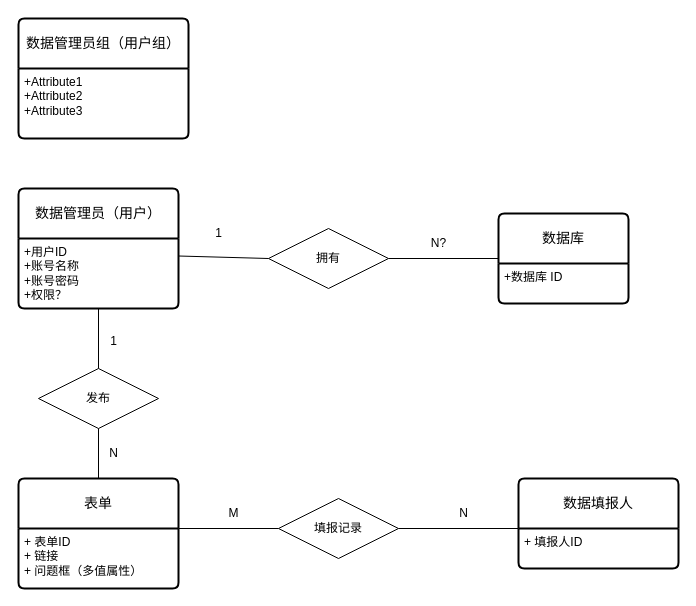
The draw.io diagram 软工课设.drawio in Iaiolk/VerilogCDE, before the edit. Source tidied: cells renumbered, new cells numbered last; positions are measured from the earlier drawing's top-left corner, leaving out a move shared by most shapes. Both pictures are drawn from the tidied source at 100%, with x=0, y=0 at pixel (18, 18).
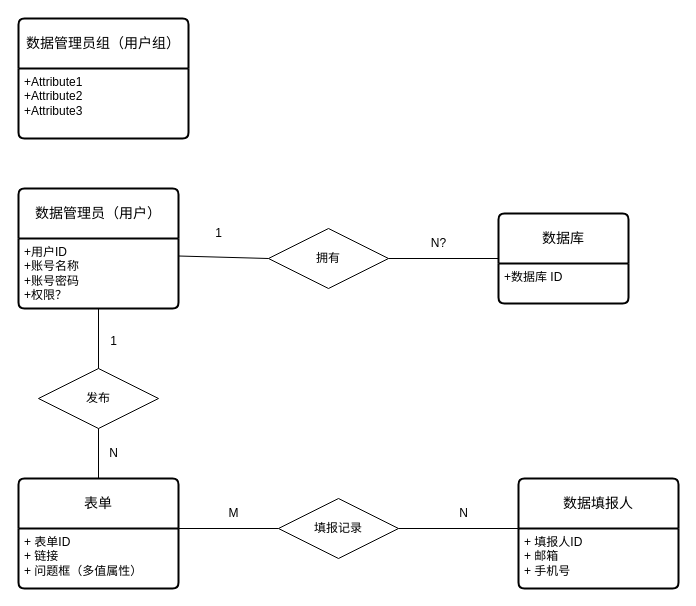
The same page after the edit.

Commit message (it also covers changes not shown here):
更新软工课设.drawio

The edit, as a diff of the source:
```diff
@@
     <mxCell id="4" value="数据填报人" style="swimlane;horizontal=1;startSize=50;rounded=1;fontSize=14;fontStyle=0;strokeWidth=2;shadow=0;dashed=0;align=center;arcSize=4;whiteSpace=wrap;html=1;" parent="1" vertex="1">
-      <mxGeometry x="500" y="460" width="160" height="90" as="geometry" />
+      <mxGeometry x="500" y="460" width="160" height="110" as="geometry" />
     </mxCell>
-    <mxCell id="5" value="+ 填报人ID" style="align=left;strokeColor=none;fillColor=none;spacingLeft=4;fontSize=12;verticalAlign=top;html=1;" parent="4" vertex="1">
-      <mxGeometry y="50" width="160" height="40" as="geometry" />
+    <mxCell id="5" value="+ 填报人ID&lt;br&gt;+ 邮箱&lt;br&gt;+ 手机号" style="align=left;strokeColor=none;fillColor=none;spacingLeft=4;fontSize=12;verticalAlign=top;html=1;" parent="4" vertex="1">
+      <mxGeometry y="50" width="160" height="60" as="geometry" />
     </mxCell>
```
